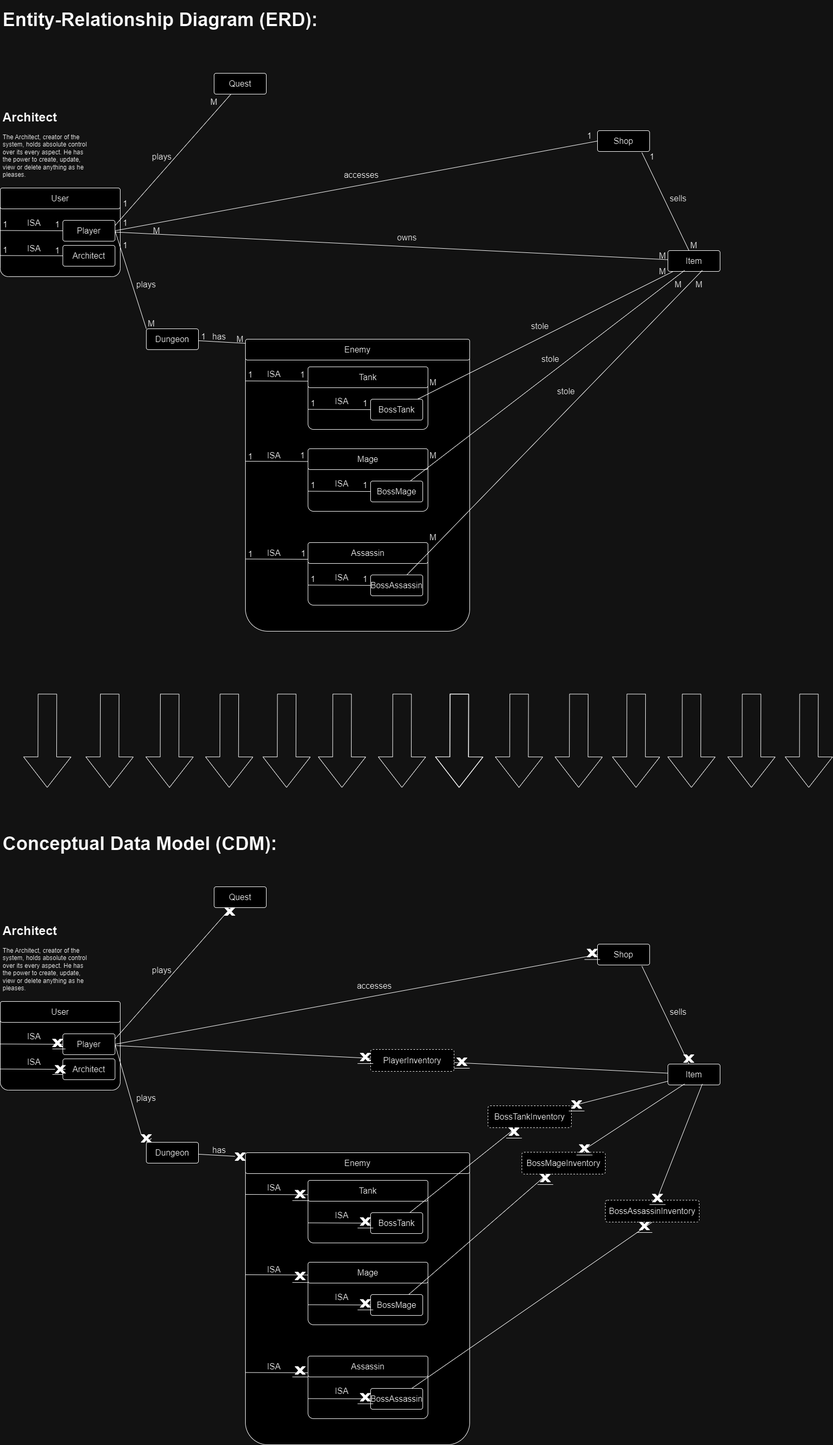
This is SoloOdyssey.drawio.png from Alexco2003/Solo-Odyssey, a draw.io export, as it was before one commit. Source tidied: cells renumbered, new cells last; positions are measured from the earlier drawing's top-left corner, leaving out a move shared by most shapes.
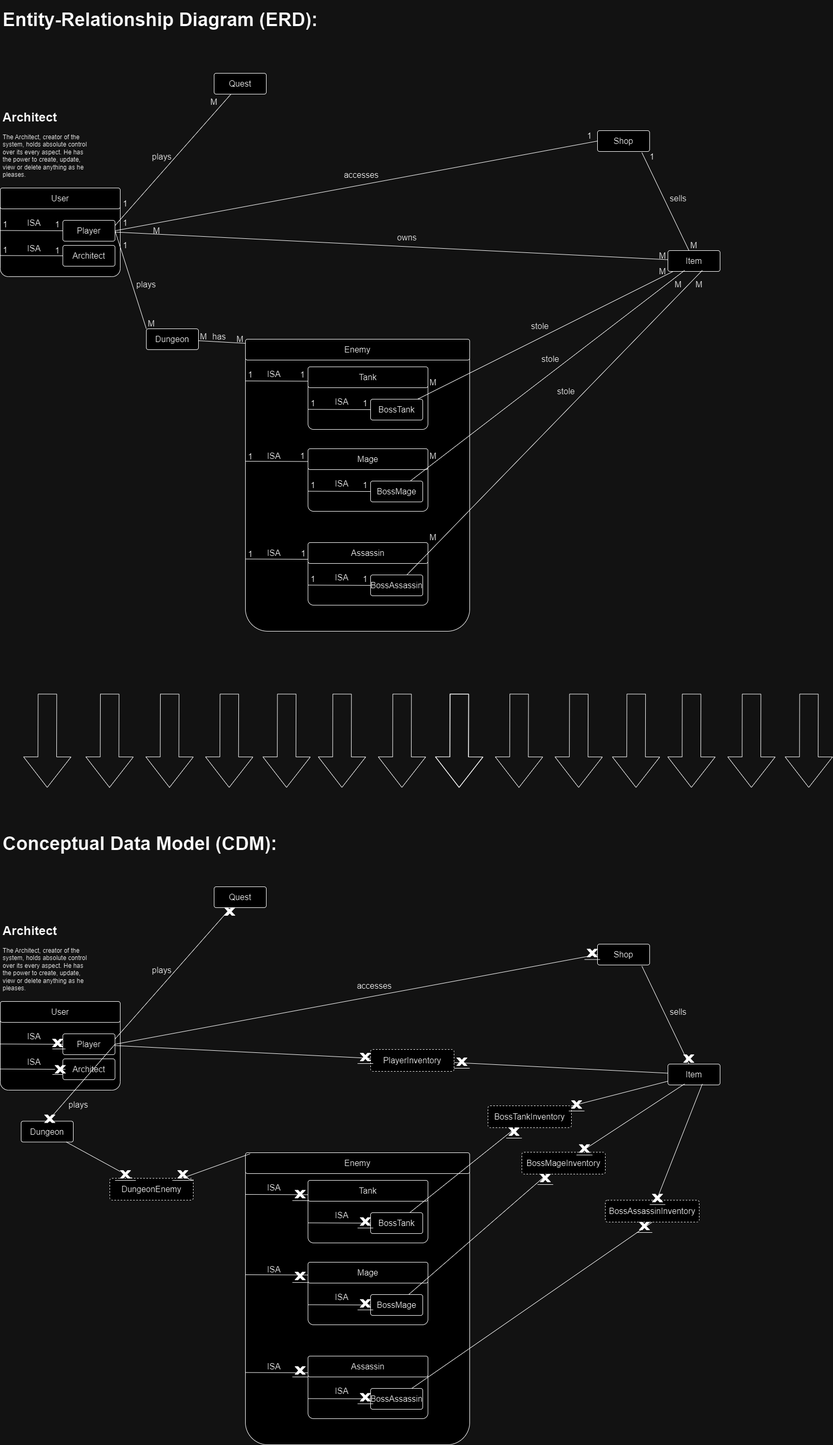
The same diagram one commit later.

Diff of the diagram source:
```diff
@@ -131,7 +131,7 @@
     <mxCell id="40" value="1" style="text;html=1;strokeColor=none;fillColor=none;align=center;verticalAlign=middle;whiteSpace=wrap;rounded=0;fontSize=16;" parent="1" vertex="1">
       <mxGeometry x="590" y="910" width="20" height="20" as="geometry" />
     </mxCell>
-    <mxCell id="41" value="1" style="text;html=1;strokeColor=none;fillColor=none;align=center;verticalAlign=middle;whiteSpace=wrap;rounded=0;fontSize=16;" parent="1" vertex="1">
+    <mxCell id="41" value="M" style="text;html=1;strokeColor=none;fillColor=none;align=center;verticalAlign=middle;whiteSpace=wrap;rounded=0;fontSize=16;" parent="1" vertex="1">
       <mxGeometry x="380" y="625" width="20" height="20" as="geometry" />
     </mxCell>
     <mxCell id="42" value="M" style="text;html=1;strokeColor=none;fillColor=none;align=center;verticalAlign=middle;whiteSpace=wrap;rounded=0;fontSize=16;" parent="1" vertex="1">
@@ -315,16 +315,13 @@
       <mxGeometry x="40" y="2012" width="50" height="27" as="geometry" />
     </mxCell>
     <mxCell id="98" value="Dungeon" style="rounded=1;arcSize=10;whiteSpace=wrap;html=1;align=center;fontSize=16;" parent="1" vertex="1">
-      <mxGeometry x="280" y="2180" width="100" height="40" as="geometry" />
+      <mxGeometry x="40" y="2139.5" width="100" height="40" as="geometry" />
     </mxCell>
-    <mxCell id="99" style="endArrow=none;html=1;rounded=0;exitX=1;exitY=0.5;exitDx=0;exitDy=0;entryX=0;entryY=0;entryDx=0;entryDy=0;" parent="1" edge="1" source="150" target="98">
-      <mxGeometry relative="1" as="geometry" />
-    </mxCell>
-    <mxCell id="100" style="endArrow=none;html=1;rounded=0;" parent="1" edge="1" source="174" target="98">
+    <mxCell id="100" style="endArrow=none;html=1;rounded=0;" parent="1" edge="1" source="210" target="98">
       <mxGeometry relative="1" as="geometry" />
     </mxCell>
     <mxCell id="101" value="plays" style="text;html=1;strokeColor=none;fillColor=none;align=center;verticalAlign=middle;whiteSpace=wrap;rounded=0;fontSize=16;" parent="1" vertex="1">
-      <mxGeometry x="250" y="2080" width="60" height="30" as="geometry" />
+      <mxGeometry x="120" y="2092.5" width="60" height="30" as="geometry" />
     </mxCell>
     <mxCell id="102" style="rounded=1;arcSize=10;whiteSpace=wrap;html=1;align=center;fontSize=16;" parent="1" vertex="1">
       <mxGeometry x="470" y="2200" width="430" height="560" as="geometry" />
@@ -375,9 +372,6 @@
     <mxCell id="115" value="ISA" style="text;html=1;strokeColor=none;fillColor=none;align=center;verticalAlign=middle;whiteSpace=wrap;rounded=0;fontSize=16;" parent="1" vertex="1">
       <mxGeometry x="630" y="2463" width="50" height="27" as="geometry" />
     </mxCell>
-    <mxCell id="116" value="has" style="text;html=1;strokeColor=none;fillColor=none;align=center;verticalAlign=middle;whiteSpace=wrap;rounded=0;fontSize=16;" parent="1" vertex="1">
-      <mxGeometry x="400" y="2180" width="40" height="30" as="geometry" />
-    </mxCell>
     <mxCell id="117" style="rounded=1;arcSize=10;whiteSpace=wrap;html=1;align=center;fontSize=16;" parent="1" vertex="1">
       <mxGeometry x="590" y="2603" width="230" height="107" as="geometry" />
     </mxCell>
@@ -493,12 +487,6 @@
         <mxPoint x="125" y="2001" as="targetPoint" />
       </mxGeometry>
     </mxCell>
-    <mxCell id="149" style="endArrow=none;html=1;rounded=0;exitX=1;exitY=0.5;exitDx=0;exitDy=0;entryX=0;entryY=0;entryDx=0;entryDy=0;" parent="1" edge="1" source="91" target="150">
-      <mxGeometry relative="1" as="geometry" />
-    </mxCell>
-    <mxCell id="150" style="verticalLabelPosition=bottom;verticalAlign=top;html=1;shape=mxgraph.basic.x;strokeColor=default;fillColor=#000000;" parent="1" vertex="1">
-      <mxGeometry x="270" y="2165" width="20" height="15" as="geometry" />
-    </mxCell>
     <mxCell id="151" value="PlayerInventory" style="rounded=1;arcSize=10;whiteSpace=wrap;html=1;align=center;fontSize=16;gradientColor=none;fillColor=default;dashed=1;" parent="1" vertex="1">
       <mxGeometry x="710" y="2002" width="160" height="42" as="geometry" />
     </mxCell>
@@ -616,12 +604,11 @@
         <mxPoint x="1550" y="1500" as="targetPoint" />
       </mxGeometry>
     </mxCell>
-    <mxCell id="173" style="endArrow=none;html=1;rounded=0;" parent="1" edge="1" source="103" target="174">
-      <mxGeometry relative="1" as="geometry" />
+    <mxCell id="173" style="endArrow=none;html=1;rounded=0;" parent="1" edge="1" source="103">
+      <mxGeometry relative="1" as="geometry">
+        <mxPoint x="470" y="2208.1" as="targetPoint" />
+      </mxGeometry>
     </mxCell>
-    <mxCell id="174" style="verticalLabelPosition=bottom;verticalAlign=top;html=1;shape=mxgraph.basic.x;strokeColor=default;fillColor=#000000;" parent="1" vertex="1">
-      <mxGeometry x="450" y="2200" width="20" height="15" as="geometry" />
-    </mxCell>
     <mxCell id="175" style="verticalLabelPosition=bottom;verticalAlign=top;html=1;shape=mxgraph.basic.x;strokeColor=default;fillColor=#000000;" parent="1" vertex="1">
       <mxGeometry x="565" y="2271.8" width="20" height="15" as="geometry" />
     </mxCell>
@@ -748,5 +735,41 @@
         <mxPoint x="1275" y="2299.4" as="targetPoint" />
       </mxGeometry>
     </mxCell>
+    <mxCell id="205" style="endArrow=none;html=1;rounded=0;exitX=1;exitY=0.5;exitDx=0;exitDy=0;" parent="1" edge="1" source="91" target="206">
+      <mxGeometry relative="1" as="geometry" />
+    </mxCell>
+    <mxCell id="206" style="verticalLabelPosition=bottom;verticalAlign=top;html=1;shape=mxgraph.basic.x;strokeColor=default;fillColor=#000000;" parent="1" vertex="1">
+      <mxGeometry x="85" y="2127.4" width="20" height="15" as="geometry" />
+    </mxCell>
+    <mxCell id="207" style="endArrow=none;html=1;rounded=0;exitX=0.021;exitY=0.05;exitDx=0;exitDy=0;exitPerimeter=0;" parent="1" edge="1" source="103" target="208">
+      <mxGeometry relative="1" as="geometry" />
+    </mxCell>
+    <mxCell id="208" value="DungeonEnemy" style="rounded=1;arcSize=10;whiteSpace=wrap;html=1;align=center;fontSize=16;gradientColor=none;fillColor=default;dashed=1;" parent="1" vertex="1">
+      <mxGeometry x="210" y="2249" width="160" height="42" as="geometry" />
+    </mxCell>
+    <mxCell id="209" style="endArrow=none;html=1;rounded=0;" parent="1" edge="1" source="208" target="210">
+      <mxGeometry relative="1" as="geometry" />
+    </mxCell>
+    <mxCell id="210" style="verticalLabelPosition=bottom;verticalAlign=top;html=1;shape=mxgraph.basic.x;strokeColor=default;fillColor=#000000;" parent="1" vertex="1">
+      <mxGeometry x="230" y="2234" width="20" height="15" as="geometry" />
+    </mxCell>
+    <mxCell id="211" style="verticalLabelPosition=bottom;verticalAlign=top;html=1;shape=mxgraph.basic.x;strokeColor=default;fillColor=#000000;" parent="1" vertex="1">
+      <mxGeometry x="340" y="2234" width="20" height="15" as="geometry" />
+    </mxCell>
+    <mxCell id="212" style="endArrow=none;html=1;rounded=0;" parent="1" edge="1">
+      <mxGeometry relative="1" as="geometry">
+        <mxPoint x="330" y="2253" as="sourcePoint" />
+        <mxPoint x="360" y="2250" as="targetPoint" />
+        <Array as="points">
+          <mxPoint x="370" y="2253" />
+        </Array>
+      </mxGeometry>
+    </mxCell>
+    <mxCell id="213" style="endArrow=none;html=1;rounded=0;" parent="1" edge="1">
+      <mxGeometry relative="1" as="geometry">
+        <mxPoint x="220" y="2253" as="sourcePoint" />
+        <mxPoint x="260" y="2253" as="targetPoint" />
+      </mxGeometry>
+    </mxCell>
   </root>
 </mxGraphModel>
```
